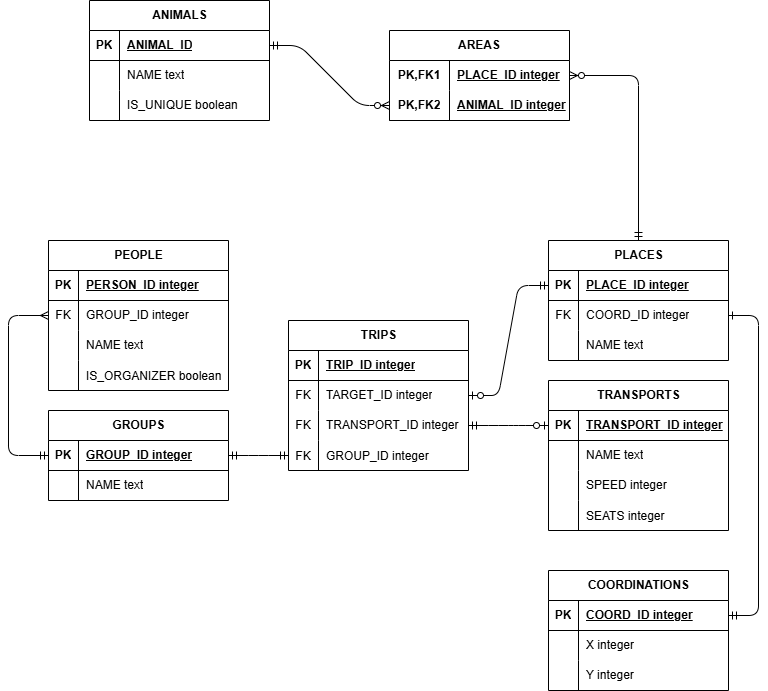
Xaabibas/Databases keeps this draw.io diagram as lab1/DataModel.drawio.png. Above is the earlier version. Source tidied: cells renumbered, new cells last; positions are measured from the earlier drawing's top-left corner, leaving out a move shared by most shapes.
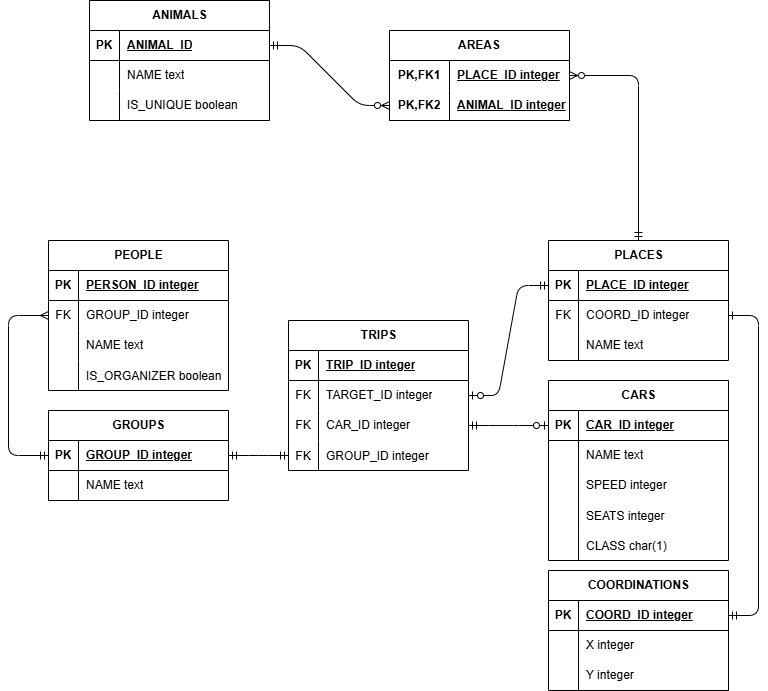
The same file after the commit.

Diff of the diagram source:
```diff
@@ -29,7 +29,7 @@
     <mxCell id="10" value="FK" style="shape=partialRectangle;fillColor=none;top=0;left=0;bottom=0;right=0;overflow=hidden;whiteSpace=wrap;html=1;" parent="9" vertex="1">
       <mxGeometry width="30" height="30" as="geometry" />
     </mxCell>
-    <mxCell id="11" value="TRANSPORT_ID integer" style="shape=partialRectangle;fillColor=none;top=0;left=0;bottom=0;right=0;align=left;spacingLeft=6;overflow=hidden;whiteSpace=wrap;html=1;" parent="9" vertex="1">
+    <mxCell id="11" value="CAR_ID integer" style="shape=partialRectangle;fillColor=none;top=0;left=0;bottom=0;right=0;align=left;spacingLeft=6;overflow=hidden;whiteSpace=wrap;html=1;" parent="9" vertex="1">
       <mxGeometry x="30" width="150" height="30" as="geometry" />
     </mxCell>
     <mxCell id="12" style="shape=tableRow;horizontal=0;startSize=0;swimlaneHead=0;swimlaneBody=0;fillColor=none;points=[[0,0.5],[1,0.5]];portConstraint=eastwest;top=0;left=0;right=0;bottom=0;" parent="2" vertex="1">
@@ -41,8 +41,8 @@
     <mxCell id="14" value="GROUP_ID integer" style="shape=partialRectangle;fillColor=none;top=0;left=0;bottom=0;right=0;align=left;spacingLeft=6;overflow=hidden;" parent="12" vertex="1">
       <mxGeometry x="30" width="150" height="30" as="geometry" />
     </mxCell>
-    <mxCell id="15" value="TRANSPORTS" style="shape=table;startSize=30;rowLines=0;fontStyle=1;align=center;html=1;" parent="1" vertex="1">
-      <mxGeometry x="540" y="380" width="180" height="150" as="geometry" />
+    <mxCell id="15" value="CARS" style="shape=table;startSize=30;rowLines=0;fontStyle=1;align=center;html=1;" parent="1" vertex="1">
+      <mxGeometry x="540" y="380" width="180" height="180" as="geometry" />
     </mxCell>
     <mxCell id="16" style="shape=tableRow;horizontal=0;startSize=0;swimlaneHead=0;swimlaneBody=0;fillColor=none;points=[[0,0.5],[1,0.5]];portConstraint=eastwest;top=0;left=0;right=0;bottom=1;" parent="15" vertex="1">
       <mxGeometry y="30" width="180" height="30" as="geometry" />
@@ -50,7 +50,7 @@
     <mxCell id="17" value="PK" style="shape=partialRectangle;fillColor=none;top=0;left=0;bottom=0;right=0;fontStyle=1;overflow=hidden;whiteSpace=wrap;html=1;" parent="16" vertex="1">
       <mxGeometry width="30" height="30" as="geometry" />
     </mxCell>
-    <mxCell id="18" value="TRANSPORT_ID integer" style="shape=partialRectangle;fillColor=none;top=0;left=0;bottom=0;right=0;align=left;spacingLeft=6;fontStyle=5;overflow=hidden;whiteSpace=wrap;html=1;" parent="16" vertex="1">
+    <mxCell id="18" value="CAR_ID integer" style="shape=partialRectangle;fillColor=none;top=0;left=0;bottom=0;right=0;align=left;spacingLeft=6;fontStyle=5;overflow=hidden;whiteSpace=wrap;html=1;" parent="16" vertex="1">
       <mxGeometry x="30" width="150" height="30" as="geometry" />
     </mxCell>
     <mxCell id="19" style="shape=tableRow;horizontal=0;startSize=0;swimlaneHead=0;swimlaneBody=0;fillColor=none;top=0;left=0;right=0;bottom=0;" parent="15" vertex="1">
@@ -80,6 +80,15 @@
     <mxCell id="27" value="SEATS integer" style="shape=partialRectangle;fillColor=none;top=0;left=0;bottom=0;right=0;align=left;spacingLeft=6;overflow=hidden;" parent="25" vertex="1">
       <mxGeometry x="30" width="150" height="30" as="geometry" />
     </mxCell>
+    <mxCell id="92" style="shape=tableRow;horizontal=0;startSize=0;swimlaneHead=0;swimlaneBody=0;fillColor=none;top=0;left=0;right=0;bottom=0;" parent="15" vertex="1">
+      <mxGeometry y="150" width="180" height="30" as="geometry" />
+    </mxCell>
+    <mxCell id="93" style="shape=partialRectangle;fillColor=none;top=0;left=0;bottom=0;right=0;overflow=hidden;" parent="92" vertex="1">
+      <mxGeometry width="30" height="30" as="geometry" />
+    </mxCell>
+    <mxCell id="94" value="CLASS char(1)" style="shape=partialRectangle;fillColor=none;top=0;left=0;bottom=0;right=0;align=left;spacingLeft=6;overflow=hidden;" parent="92" vertex="1">
+      <mxGeometry x="30" width="150" height="30" as="geometry" />
+    </mxCell>
     <mxCell id="28" value="PLACES" style="shape=table;startSize=30;rowLines=0;fontStyle=1;align=center;html=1;" parent="1" vertex="1">
       <mxGeometry x="540" y="240" width="180" height="120" as="geometry" />
     </mxCell>
```
